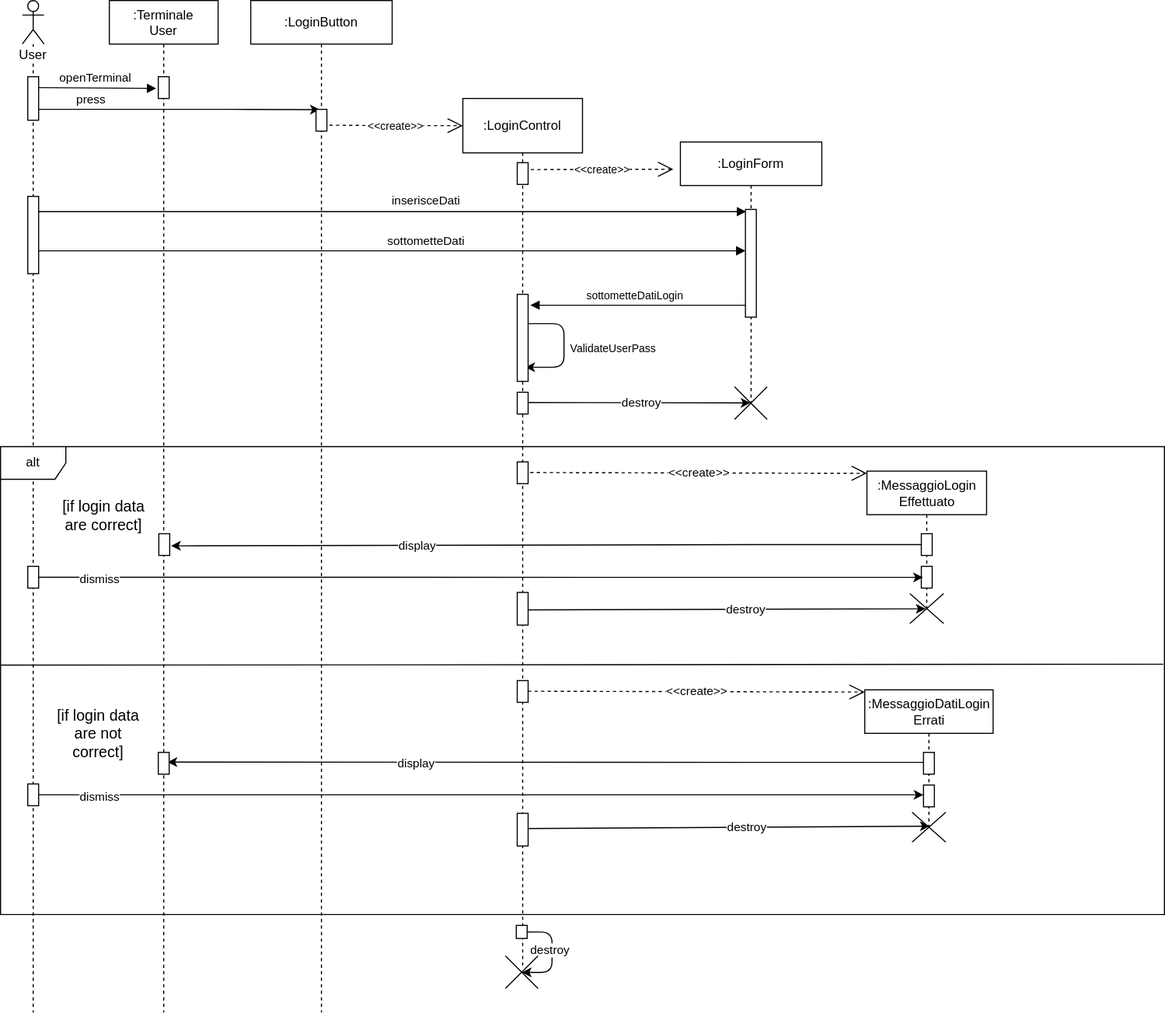
MarcoRuta/Sistema-gestione-CCS-CTT-UnaRegione keeps this draw.io diagram as System Definition/Editabili/Sequence diagrams/.svg/Login.svg. Above is the earlier version. Source tidied: cells renumbered, new cells last; positions are measured from the earlier drawing's top-left corner, leaving out a move shared by most shapes.
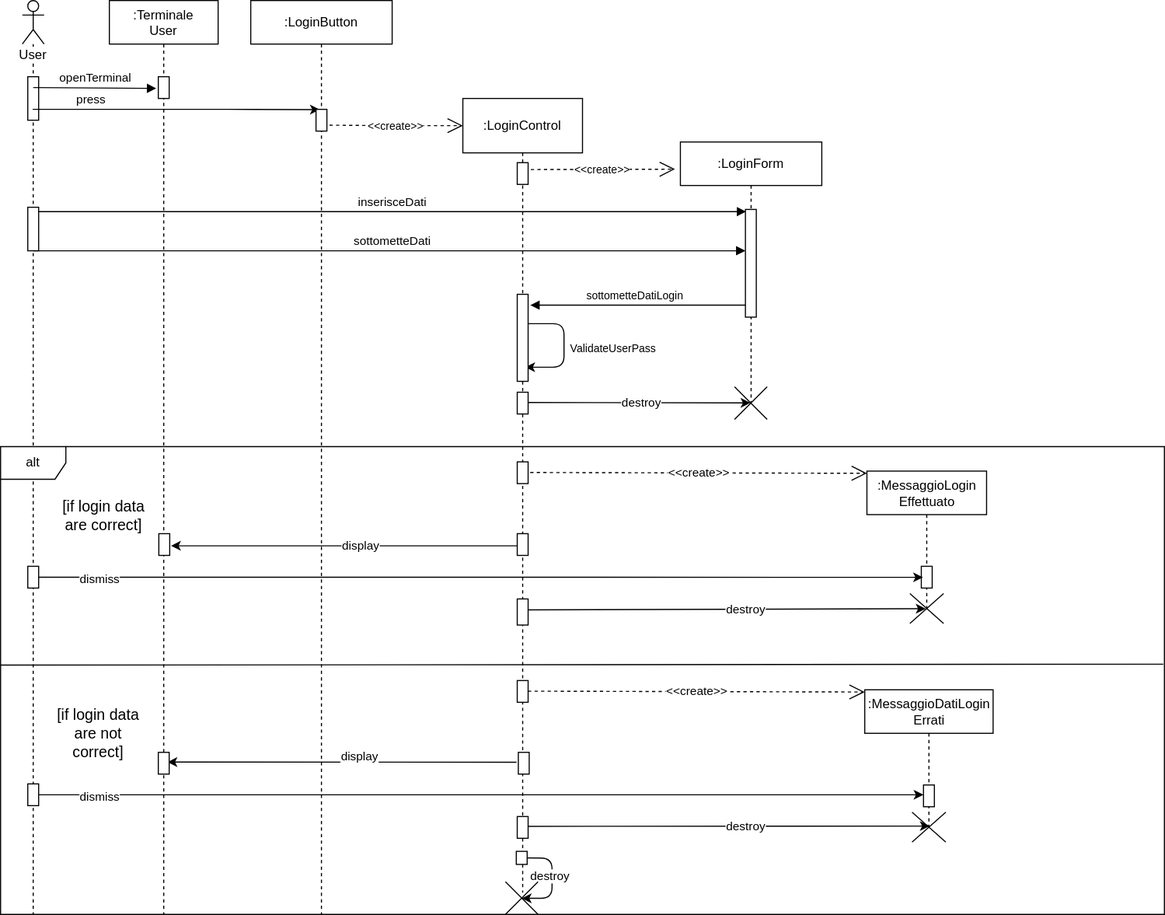
Later version of the same file.

The edit, as a diff of the source:
```diff
@@ -2,18 +2,26 @@
   <root>
     <mxCell id="0" />
     <mxCell id="1" parent="0" />
+    <mxCell id="9" value="User" style="shape=umlLifeline;participant=umlActor;perimeter=lifelinePerimeter;whiteSpace=wrap;html=1;verticalAlign=top;spacingTop=36;outlineConnect=0;size=40;labelBackgroundColor=#ffffff;" parent="1" vertex="1">
+      <mxGeometry x="20" width="20" height="840" as="geometry" />
+    </mxCell>
+    <mxCell id="10" style="perimeter=orthogonalPerimeter;rounded=0;shadow=0;strokeWidth=1;" parent="9" vertex="1">
+      <mxGeometry x="5" y="190" width="10" height="40" as="geometry" />
+    </mxCell>
+    <mxCell id="11" style="perimeter=orthogonalPerimeter;rounded=0;shadow=0;strokeWidth=1;" parent="9" vertex="1">
+      <mxGeometry x="5" y="70" width="10" height="40" as="geometry" />
+    </mxCell>
+    <mxCell id="12" value="alt" style="shape=umlFrame;whiteSpace=wrap;html=1;" parent="1" vertex="1">
+      <mxGeometry y="410" width="1070" height="430" as="geometry" />
+    </mxCell>
-    <mxCell id="2" style="endArrow=classic;html=1;labelBackgroundColor=none;fontSize=11;entryX=0.494;entryY=0.595;entryDx=0;entryDy=0;entryPerimeter=0;" parent="1" edge="1">
+    <mxCell id="2" style="endArrow=classic;html=1;labelBackgroundColor=none;fontSize=11;entryX=0.494;entryY=0.595;entryDx=0;entryDy=0;entryPerimeter=0;exitX=-0.163;exitY=0.455;exitDx=0;exitDy=0;exitPerimeter=0;" parent="1" edge="1" source="56">
       <mxGeometry relative="1" as="geometry">
-        <mxPoint x="850.6" y="700.1" as="sourcePoint" />
         <mxPoint x="153.5" y="699.9" as="targetPoint" />
-        <Array as="points">
-          <mxPoint x="704" y="700.1" />
-        </Array>
       </mxGeometry>
     </mxCell>
     <mxCell id="3" style="endArrow=classic;html=1;labelBackgroundColor=none;fontSize=11;entryX=0.524;entryY=0.464;entryDx=0;entryDy=0;entryPerimeter=0;" parent="1" edge="1" target="58">
       <mxGeometry relative="1" as="geometry">
-        <mxPoint x="483" y="761" as="sourcePoint" />
+        <mxPoint x="480" y="759" as="sourcePoint" />
       </mxGeometry>
     </mxCell>
     <mxCell id="4" value="destroy" style="edgeLabel;html=1;align=center;verticalAlign=middle;fontSize=11;" parent="3" vertex="1">
@@ -22,7 +30,7 @@
       </mxGeometry>
     </mxCell>
     <mxCell id="5" value="sottometteDati" style="html=1;verticalAlign=bottom;endArrow=block;" parent="1" edge="1" target="35">
-      <mxGeometry x="0.1" relative="1" as="geometry">
+      <mxGeometry x="0.01" relative="1" as="geometry">
         <mxPoint x="30" y="230" as="sourcePoint" />
       </mxGeometry>
     </mxCell>
@@ -45,18 +53,6 @@
         <mxPoint x="-27" y="-12" as="offset" />
       </mxGeometry>
     </mxCell>
-    <mxCell id="9" value="User" style="shape=umlLifeline;participant=umlActor;perimeter=lifelinePerimeter;whiteSpace=wrap;html=1;verticalAlign=top;spacingTop=36;outlineConnect=0;size=40;labelBackgroundColor=#ffffff;" parent="1" vertex="1">
-      <mxGeometry x="20" width="20" height="930" as="geometry" />
-    </mxCell>
-    <mxCell id="10" style="perimeter=orthogonalPerimeter;rounded=0;shadow=0;strokeWidth=1;" parent="9" vertex="1">
-      <mxGeometry x="5" y="180" width="10" height="71" as="geometry" />
-    </mxCell>
-    <mxCell id="11" style="perimeter=orthogonalPerimeter;rounded=0;shadow=0;strokeWidth=1;" parent="9" vertex="1">
-      <mxGeometry x="5" y="70" width="10" height="40" as="geometry" />
-    </mxCell>
-    <mxCell id="12" value="alt" style="shape=umlFrame;whiteSpace=wrap;html=1;" parent="1" vertex="1">
-      <mxGeometry y="410" width="1070" height="430" as="geometry" />
-    </mxCell>
     <mxCell id="13" value="&lt;font style=&quot;font-size: 11px&quot;&gt;&amp;lt;&amp;lt;create&amp;gt;&amp;gt;&lt;/font&gt;" style="endArrow=open;endSize=12;dashed=1;html=1;fontSize=8;exitX=1.193;exitY=0.799;exitDx=0;exitDy=0;exitPerimeter=0;entryX=0;entryY=0.016;entryDx=0;entryDy=0;entryPerimeter=0;" parent="1" edge="1" target="41">
       <mxGeometry relative="1" as="geometry">
         <mxPoint x="486.9" y="433.8" as="sourcePoint" />
@@ -90,7 +86,7 @@
       </mxGeometry>
     </mxCell>
     <mxCell id="18" value=":Terminale&#10;User" style="shape=umlLifeline;perimeter=lifelinePerimeter;rounded=0;shadow=0;strokeWidth=1;" parent="1" vertex="1">
-      <mxGeometry x="100" width="100" height="930" as="geometry" />
+      <mxGeometry x="100" width="100" height="840" as="geometry" />
     </mxCell>
     <mxCell id="19" style="perimeter=orthogonalPerimeter;rounded=0;shadow=0;strokeWidth=1;" parent="18" vertex="1">
       <mxGeometry x="45" y="70" width="10" height="20" as="geometry" />
@@ -102,22 +98,22 @@
       <mxGeometry x="45.5" y="490" width="10" height="20" as="geometry" />
     </mxCell>
     <mxCell id="22" value="&lt;div&gt;:LoginButton&lt;/div&gt;" style="shape=umlLifeline;perimeter=lifelinePerimeter;whiteSpace=wrap;html=1;fillColor=#ffffff;" parent="1" vertex="1">
-      <mxGeometry x="230" width="130" height="930" as="geometry" />
+      <mxGeometry x="230" width="130" height="840" as="geometry" />
     </mxCell>
     <mxCell id="23" style="points=[];perimeter=orthogonalPerimeter;rounded=0;shadow=0;strokeWidth=1;" parent="22" vertex="1">
       <mxGeometry x="60" y="100" width="10" height="20" as="geometry" />
     </mxCell>
     <mxCell id="24" value="&lt;div&gt;:Login&lt;span&gt;Control&lt;/span&gt;&lt;/div&gt;" style="shape=umlLifeline;perimeter=lifelinePerimeter;whiteSpace=wrap;html=1;outlineConnect=0;fillColor=#ffffff;size=50;glass=0;" parent="1" vertex="1">
-      <mxGeometry x="425" y="90" width="110" height="800" as="geometry" />
+      <mxGeometry x="425" y="90" width="110" height="730" as="geometry" />
     </mxCell>
     <mxCell id="25" style="points=[];perimeter=orthogonalPerimeter;rounded=0;shadow=0;strokeWidth=1;" parent="24" vertex="1">
       <mxGeometry x="50" y="59" width="10" height="20" as="geometry" />
     </mxCell>
     <mxCell id="26" style="html=1;perimeter=orthogonalPerimeter;rounded=0;labelBackgroundColor=#ffffff;fillColor=#ffffff;gradientColor=none;fontSize=11;" parent="24" vertex="1">
-      <mxGeometry x="50" y="454" width="10" height="30" as="geometry" />
+      <mxGeometry x="50" y="460" width="10" height="24" as="geometry" />
     </mxCell>
     <mxCell id="27" style="html=1;perimeter=orthogonalPerimeter;rounded=0;labelBackgroundColor=#ffffff;fillColor=#ffffff;gradientColor=none;fontSize=11;" parent="24" vertex="1">
-      <mxGeometry x="50" y="657" width="10" height="30" as="geometry" />
+      <mxGeometry x="50" y="660" width="10" height="20" as="geometry" />
     </mxCell>
     <mxCell id="28" style="perimeter=orthogonalPerimeter;rounded=0;shadow=0;strokeWidth=1;" parent="24" vertex="1">
       <mxGeometry x="50" y="180" width="10" height="80" as="geometry" />
@@ -132,7 +128,7 @@
       <mxGeometry x="50" y="535" width="10" height="20" as="geometry" />
     </mxCell>
     <mxCell id="32" value="inserisceDati" style="html=1;verticalAlign=bottom;endArrow=block;exitX=1.021;exitY=0.387;exitDx=0;exitDy=0;exitPerimeter=0;entryX=0.071;entryY=0.02;entryDx=0;entryDy=0;entryPerimeter=0;" parent="1" edge="1" target="35">
-      <mxGeometry x="0.09" y="1" relative="1" as="geometry">
+      <mxGeometry relative="1" as="geometry">
         <mxPoint x="35" y="194" as="sourcePoint" />
         <Array as="points">
           <mxPoint x="369.8" y="194" />
@@ -141,7 +137,7 @@
     </mxCell>
     <mxCell id="33" value="&lt;font style=&quot;font-size: 10px&quot;&gt;&amp;lt;&amp;lt;create&amp;gt;&amp;gt;&lt;/font&gt;" style="endArrow=open;endSize=12;dashed=1;html=1;fontSize=8;exitX=1.25;exitY=0.317;exitDx=0;exitDy=0;exitPerimeter=0;" parent="1" edge="1" source="25">
       <mxGeometry relative="1" as="geometry">
-        <mxPoint x="618.5" y="155" as="targetPoint" />
+        <mxPoint x="620" y="155" as="targetPoint" />
       </mxGeometry>
     </mxCell>
     <mxCell id="34" value="&lt;div&gt;:LoginForm&lt;br&gt;&lt;/div&gt;" style="shape=umlLifeline;perimeter=lifelinePerimeter;whiteSpace=wrap;html=1;outlineConnect=0;" parent="1" vertex="1">
@@ -168,9 +164,6 @@
     <mxCell id="41" value="&lt;div&gt;:MessaggioLogin&lt;/div&gt;&lt;div&gt;Effettuato&lt;br&gt;&lt;/div&gt;" style="shape=umlLifeline;perimeter=lifelinePerimeter;whiteSpace=wrap;html=1;outlineConnect=0;" parent="1" vertex="1">
       <mxGeometry x="796.5" y="432.5" width="110" height="127.5" as="geometry" />
     </mxCell>
-    <mxCell id="42" style="points=[];perimeter=orthogonalPerimeter;rounded=0;shadow=0;strokeWidth=1;" parent="41" vertex="1">
-      <mxGeometry x="50" y="57.5" width="10" height="20" as="geometry" />
-    </mxCell>
     <mxCell id="43" style="points=[];perimeter=orthogonalPerimeter;rounded=0;shadow=0;strokeWidth=1;" parent="41" vertex="1">
       <mxGeometry x="50" y="87.5" width="10" height="20" as="geometry" />
     </mxCell>
@@ -187,15 +180,11 @@
       </mxGeometry>
     </mxCell>
     <mxCell id="46" style="endArrow=classic;html=1;labelBackgroundColor=none;fontSize=11;entryX=1.117;entryY=0.558;entryDx=0;entryDy=0;entryPerimeter=0;" parent="1" edge="1" source="42" target="21">
-      <mxGeometry relative="1" as="geometry">
-        <Array as="points">
-          <mxPoint x="700" y="500" />
-        </Array>
-      </mxGeometry>
+      <mxGeometry relative="1" as="geometry" />
     </mxCell>
     <mxCell id="47" value="display" style="edgeLabel;html=1;align=center;verticalAlign=middle;fontSize=11;" parent="46" vertex="1">
       <mxGeometry x="0.19" y="-2" relative="1" as="geometry">
-        <mxPoint x="-52" y="1.9" as="offset" />
+        <mxPoint x="45" y="1" as="offset" />
       </mxGeometry>
     </mxCell>
     <mxCell id="48" style="endArrow=none;html=1;exitX=0;exitY=0.467;exitDx=0;exitDy=0;exitPerimeter=0;entryX=0.999;entryY=0.465;entryDx=0;entryDy=0;entryPerimeter=0;" parent="1" edge="1" source="12" target="12">
@@ -229,9 +218,6 @@
     <mxCell id="55" value="&lt;div&gt;:MessaggioDatiLogin&lt;/div&gt;&lt;div&gt;&lt;span&gt;Errati&lt;/span&gt;&lt;/div&gt;" style="shape=umlLifeline;perimeter=lifelinePerimeter;whiteSpace=wrap;html=1;outlineConnect=0;" parent="1" vertex="1">
       <mxGeometry x="794.5" y="633.5" width="118" height="127.5" as="geometry" />
     </mxCell>
-    <mxCell id="56" style="points=[];perimeter=orthogonalPerimeter;rounded=0;shadow=0;strokeWidth=1;" parent="55" vertex="1">
-      <mxGeometry x="54" y="57.5" width="10" height="20" as="geometry" />
-    </mxCell>
     <mxCell id="57" style="perimeter=orthogonalPerimeter;rounded=0;shadow=0;strokeWidth=1;" parent="55" vertex="1">
       <mxGeometry x="54" y="87.5" width="10" height="20" as="geometry" />
     </mxCell>
@@ -252,16 +238,16 @@
     </mxCell>
     <mxCell id="62" value="display" style="edgeLabel;html=1;align=center;verticalAlign=middle;fontSize=11;" parent="1" vertex="1">
       <mxGeometry x="392.5" y="710" as="geometry">
-        <mxPoint x="-11" y="-10" as="offset" />
+        <mxPoint x="-63" y="-16" as="offset" />
       </mxGeometry>
     </mxCell>
     <mxCell id="63" style="endArrow=classic;html=1;exitX=1.013;exitY=0.823;exitDx=0;exitDy=0;exitPerimeter=0;entryX=1.013;entryY=1;entryDx=0;entryDy=0;entryPerimeter=0;" parent="1" edge="1">
       <mxGeometry relative="1" as="geometry">
-        <mxPoint x="479.1" y="856" as="sourcePoint" />
-        <mxPoint x="479.1" y="893.2" as="targetPoint" />
+        <mxPoint x="479.1" y="788" as="sourcePoint" />
+        <mxPoint x="479.1" y="825.2" as="targetPoint" />
         <Array as="points">
-          <mxPoint x="507" y="856.2" />
-          <mxPoint x="507" y="893.2" />
+          <mxPoint x="507" y="788.2" />
+          <mxPoint x="507" y="825.2" />
         </Array>
       </mxGeometry>
     </mxCell>
@@ -271,10 +257,16 @@
       </mxGeometry>
     </mxCell>
     <mxCell id="65" style="shape=umlDestroy;fillColor=#ffffff;fontSize=8;" parent="1" vertex="1">
-      <mxGeometry x="464.1" y="878" width="30" height="30" as="geometry" />
+      <mxGeometry x="464.1" y="810" width="30" height="30" as="geometry" />
     </mxCell>
     <mxCell id="66" style="perimeter=orthogonalPerimeter;rounded=0;shadow=0;strokeWidth=1;" parent="1" vertex="1">
-      <mxGeometry x="474.1" y="850" width="10" height="12" as="geometry" />
+      <mxGeometry x="474.1" y="782" width="10" height="12" as="geometry" />
     </mxCell>
+    <mxCell id="42" style="points=[];perimeter=orthogonalPerimeter;rounded=0;shadow=0;strokeWidth=1;" parent="1" vertex="1">
+      <mxGeometry x="475" y="490" width="10" height="20" as="geometry" />
+    </mxCell>
+    <mxCell id="56" style="points=[];perimeter=orthogonalPerimeter;rounded=0;shadow=0;strokeWidth=1;" parent="1" vertex="1">
+      <mxGeometry x="476" y="691" width="10" height="20" as="geometry" />
+    </mxCell>
   </root>
 </mxGraphModel>
```
